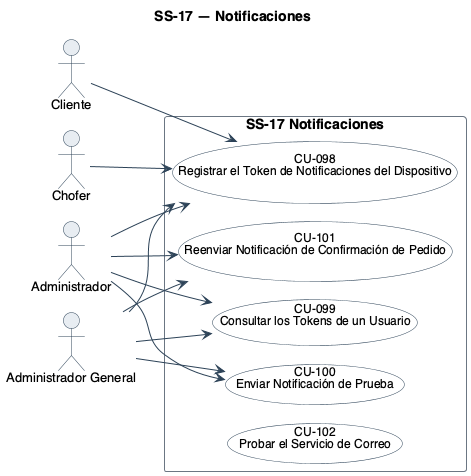
The PlantUML diagram diagramas/uml/CU_SS-17_Notificaciones-Y-Mensajeria.png in Nahuelito-Dev/splg-docs, before a commit.
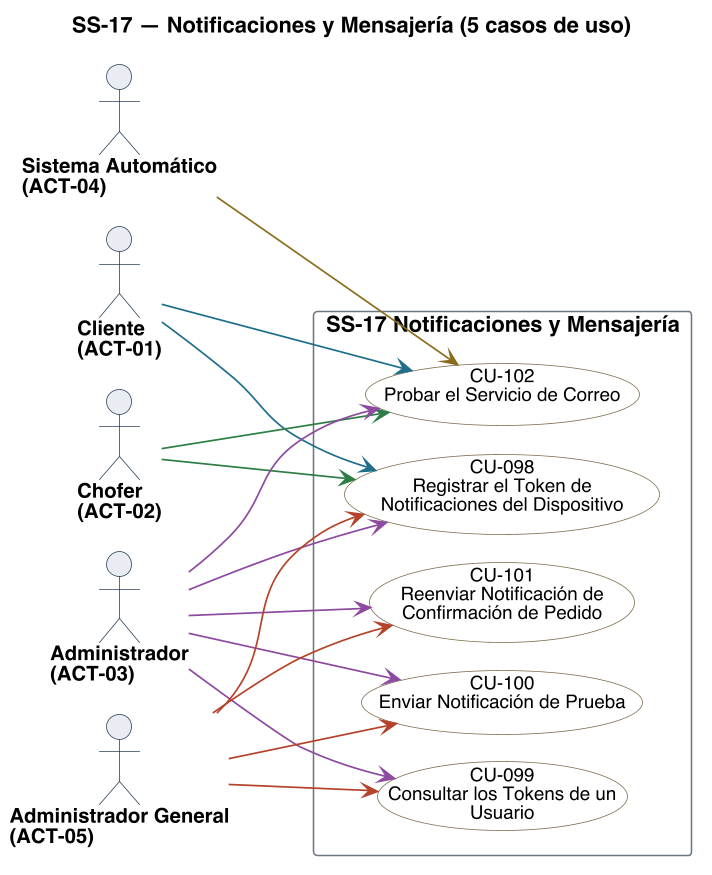
After the commit.

Change to the diagram source:
```diff
@@ -1,22 +1,23 @@
 @startuml
-!pragma layout smetana
-title SS-17 — Notificaciones
+title SS-17 — Notificaciones y Mensajería (5 casos de uso)
 left to right direction
 skinparam backgroundColor #FFFFFF
 skinparam shadowing false
 skinparam defaultFontName Helvetica
 skinparam defaultFontSize 13
+skinparam dpi 150
 skinparam ArrowColor #2C4257
+skinparam ArrowThickness 1.1
 skinparam actor {
   BorderColor #2C4257
   BackgroundColor #E8EDF2
+  FontSize 13
+  FontStyle bold
 }
 skinparam usecase {
   BorderColor #2C4257
   BackgroundColor #FFFFFF
   FontSize 12
-  BorderColor<<pendiente>> #9C4436
-  BackgroundColor<<pendiente>> #F6E4E1
 }
 skinparam rectangle {
   BorderColor #6B7683
@@ -24,27 +25,40 @@
   FontStyle bold
 }
 
-actor "Cliente" as A1
-actor "Chofer" as A2
-actor "Administrador" as A3
-actor "Administrador General" as A5
-
-rectangle "SS-17 Notificaciones" {
-  usecase "CU-098\nRegistrar el Token de Notificaciones del Dispositivo" as U98
-  usecase "CU-099\nConsultar los Tokens de un Usuario" as U99
-  usecase "CU-100\nEnviar Notificación de Prueba" as U100
-  usecase "CU-101\nReenviar Notificación de Confirmación de Pedido" as U101
-  usecase "CU-102\nProbar el Servicio de Correo" as U102
+skinparam nodesep 18
+skinparam ranksep 70
+skinparam usecase {
+  BorderColor<<pendiente>> #9C4436
+  BackgroundColor<<pendiente>> #F6E4E1
 }
 
-A1 --> U98
-A2 --> U98
-A3 --> U98
-A5 --> U98
-A3 --> U99
-A5 --> U99
-A3 --> U100
-A5 --> U100
-A3 --> U101
-A5 --> U101
+actor "Cliente\n(ACT-01)" as A01
+actor "Chofer\n(ACT-02)" as A02
+actor "Administrador\n(ACT-03)" as A03
+actor "Sistema Automático\n(ACT-04)" as A04
+actor "Administrador General\n(ACT-05)" as A05
+
+rectangle "SS-17 Notificaciones y Mensajería" {
+  usecase "CU-098\nRegistrar el Token de\nNotificaciones del Dispositivo" as U098 #back:FFFFFF;line:7C6B4C
+  usecase "CU-099\nConsultar los Tokens de un\nUsuario" as U099 #back:FFFFFF;line:7C6B4C
+  usecase "CU-100\nEnviar Notificación de Prueba" as U100 #back:FFFFFF;line:7C6B4C
+  usecase "CU-101\nReenviar Notificación de\nConfirmación de Pedido" as U101 #back:FFFFFF;line:7C6B4C
+  usecase "CU-102\nProbar el Servicio de Correo" as U102 #back:FFFFFF;line:7C6B4C
+}
+
+A01 -[#1F6F8B]-> U098
+A01 -[#1F6F8B]-> U102
+A02 -[#2E7D46]-> U098
+A02 -[#2E7D46]-> U102
+A03 -[#8C4A9E]-> U098
+A03 -[#8C4A9E]-> U099
+A03 -[#8C4A9E]-> U100
+A03 -[#8C4A9E]-> U101
+A03 -[#8C4A9E]-> U102
+A04 -[#8A6D1F]-> U102
+A05 -[#B4432B]-> U098
+A05 -[#B4432B]-> U099
+A05 -[#B4432B]-> U100
+A05 -[#B4432B]-> U101
+
 @enduml
```
